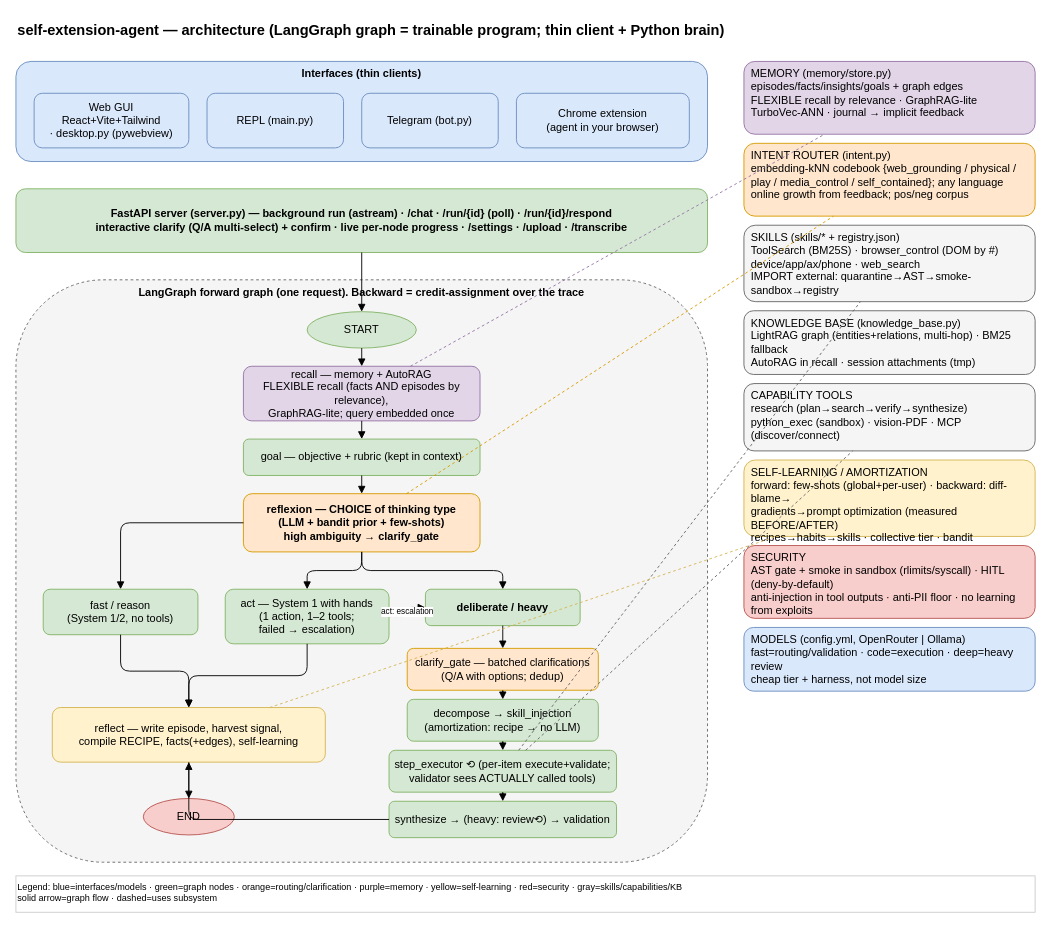
Before: docs/architecture.en.drawio in adelardw/SelfExtensionAgent, a draw.io diagram. Source tidied: cells renumbered, new cells numbered last; positions are measured from the earlier drawing's top-left corner, leaving out a move shared by most shapes. Both pictures are drawn from the tidied source at 91%, with x=0, y=0 at pixel (15, 15).
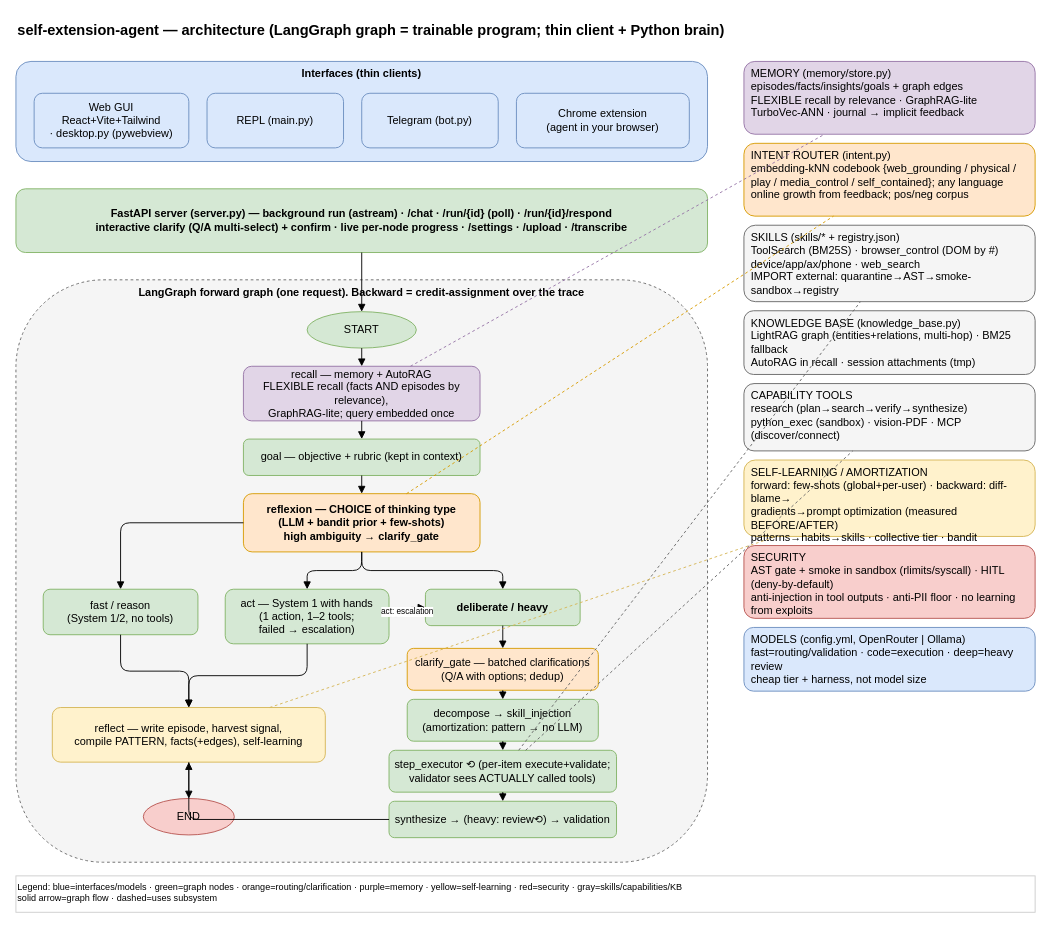
The same diagram, later.

Commit message (it also covers changes not shown here):
docs: rename concept "recipe"→"pattern" in prose/diagrams (code identifiers untouched)

Change to the diagram source:
```diff
@@
-    <mxCell id="18" value="decompose → skill_injection&#10;(amortization: recipe → no LLM)" style="rounded=1;whiteSpace=wrap;html=1;fillColor=#d5e8d4;strokeColor=#82b366;" parent="1" vertex="1">
+    <mxCell id="18" value="decompose → skill_injection&#10;(amortization: pattern → no LLM)" style="rounded=1;whiteSpace=wrap;html=1;fillColor=#d5e8d4;strokeColor=#82b366;" parent="1" vertex="1">
       <mxGeometry x="430" y="751" width="210" height="46" as="geometry" />
     </mxCell>
@@
-    <mxCell id="21" value="reflect — write episode, harvest signal,&#10;compile RECIPE, facts(+edges), self-learning" style="rounded=1;whiteSpace=wrap;html=1;fillColor=#fff2cc;strokeColor=#d6b656;" parent="1" vertex="1">
+    <mxCell id="21" value="reflect — write episode, harvest signal,&#10;compile PATTERN, facts(+edges), self-learning" style="rounded=1;whiteSpace=wrap;html=1;fillColor=#fff2cc;strokeColor=#d6b656;" parent="1" vertex="1">
       <mxGeometry x="40" y="760" width="300" height="60" as="geometry" />
     </mxCell>
@@
-    <mxCell id="44" value="SELF-LEARNING / AMORTIZATION&#10;forward: few-shots (global+per-user) · backward: diff-blame→&#10;gradients→prompt optimization (measured BEFORE/AFTER)&#10;recipes→habits→skills · collective tier · bandit" style="rounded=1;whiteSpace=wrap;html=1;fillColor=#fff2cc;strokeColor=#d6b656;verticalAlign=top;align=left;spacingLeft=6;" parent="1" vertex="1">
+    <mxCell id="44" value="SELF-LEARNING / AMORTIZATION&#10;forward: few-shots (global+per-user) · backward: diff-blame→&#10;gradients→prompt optimization (measured BEFORE/AFTER)&#10;patterns→habits→skills · collective tier · bandit" style="rounded=1;whiteSpace=wrap;html=1;fillColor=#fff2cc;strokeColor=#d6b656;verticalAlign=top;align=left;spacingLeft=6;" parent="1" vertex="1">
       <mxGeometry x="800" y="488" width="320" height="84" as="geometry" />
     </mxCell>
```
